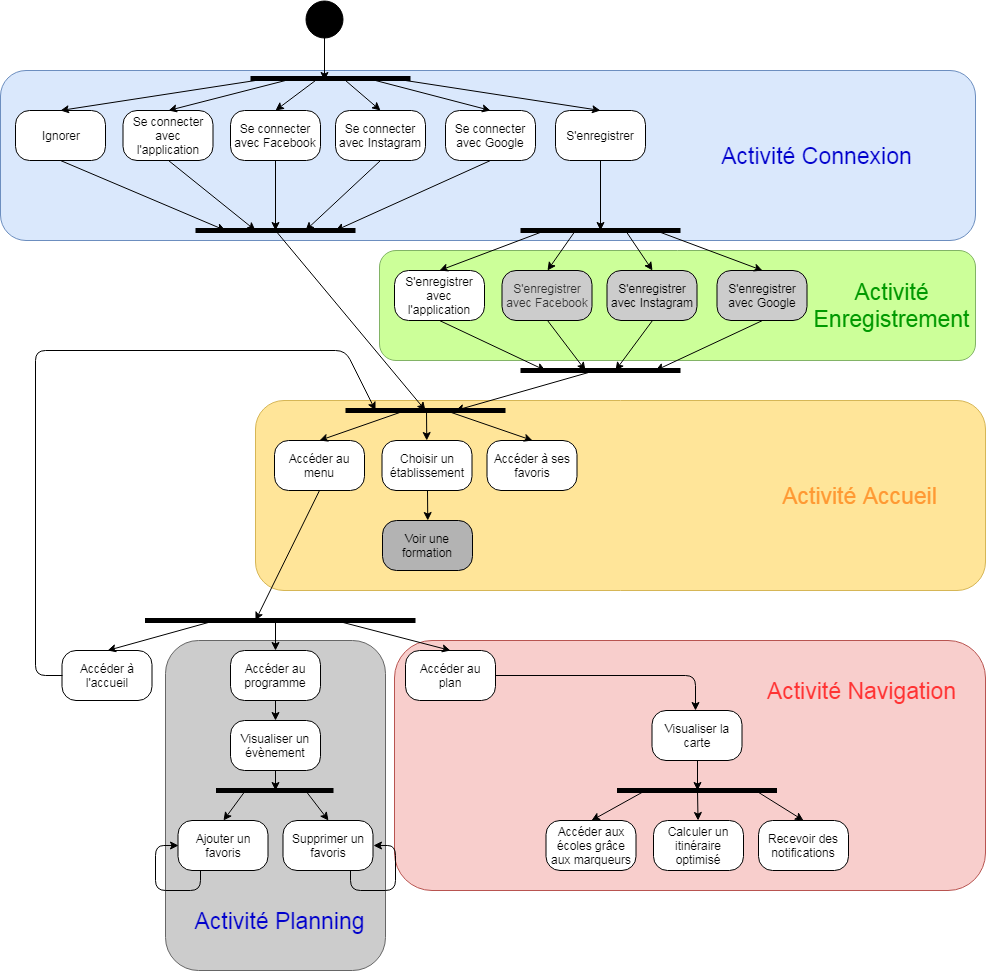
Before: Analyse UML/Diagramme d'activités.png, a diagram exported from draw.io (Bamzuki/Projet_JPO). Source tidied: cells renumbered, new cells last; positions are measured from the earlier drawing's top-left corner, leaving out a move shared by most shapes.
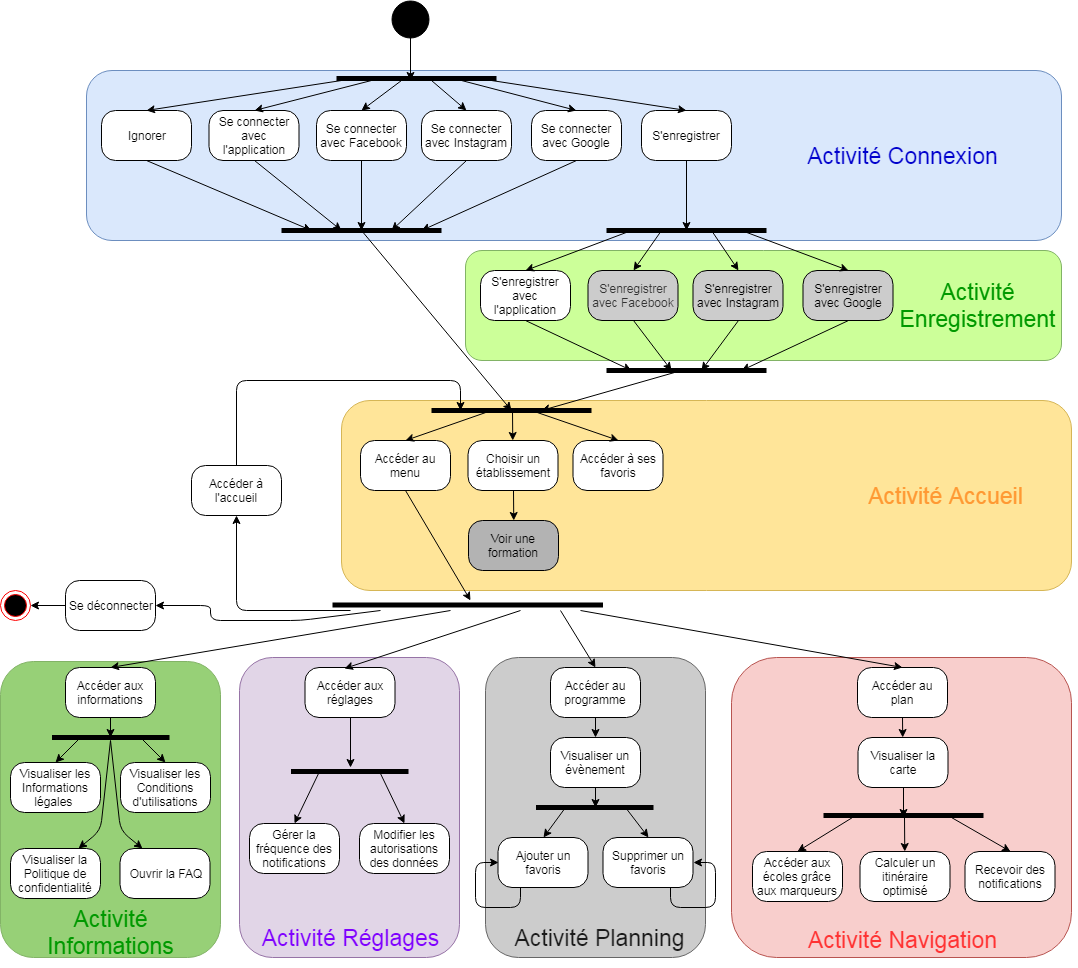
After the commit.

Commit message:
Correction du diagramme d'activités pour répondre aux exigences du COPIL

What changed in the source:
```diff
@@ -3,10 +3,10 @@
     <mxCell id="0" />
     <mxCell id="1" parent="0" />
     <mxCell id="2" style="rounded=1;whiteSpace=wrap;html=1;strokeColor=#b85450;fillColor=#f8cecc;" parent="1" vertex="1">
-      <mxGeometry x="394" y="640" width="591" height="250" as="geometry" />
+      <mxGeometry x="645" y="657" width="340" height="300" as="geometry" />
     </mxCell>
     <mxCell id="3" style="rounded=1;whiteSpace=wrap;html=1;strokeColor=#666666;fillColor=#CCCCCC;" parent="1" vertex="1">
-      <mxGeometry x="165" y="640" width="220" height="330" as="geometry" />
+      <mxGeometry x="399" y="657" width="220" height="300" as="geometry" />
     </mxCell>
     <mxCell id="4" style="rounded=1;whiteSpace=wrap;html=1;fillColor=#FFE599;strokeColor=#d6b656;" parent="1" vertex="1">
       <mxGeometry x="255" y="400" width="730" height="190" as="geometry" />
@@ -241,153 +241,273 @@
     </mxCell>
     <mxCell id="57" style="endArrow=none;html=1;endSize=7;strokeWidth=5;" parent="1" edge="1">
       <mxGeometry relative="1" as="geometry">
-        <mxPoint x="144.5" y="620" as="sourcePoint" />
-        <mxPoint x="415" y="620" as="targetPoint" />
+        <mxPoint x="246" y="604.5" as="sourcePoint" />
+        <mxPoint x="516.5" y="604.5" as="targetPoint" />
       </mxGeometry>
     </mxCell>
     <mxCell id="58" value="Accéder à l'accueil" style="rounded=1;whiteSpace=wrap;html=1;arcSize=28;" parent="1" vertex="1">
-      <mxGeometry x="61.5" y="650" width="90" height="50" as="geometry" />
+      <mxGeometry x="105" y="465" width="90" height="50" as="geometry" />
     </mxCell>
     <mxCell id="59" value="Accéder au programme" style="rounded=1;whiteSpace=wrap;html=1;arcSize=28;" parent="1" vertex="1">
-      <mxGeometry x="230" y="650" width="90" height="50" as="geometry" />
+      <mxGeometry x="464" y="667" width="90" height="50" as="geometry" />
     </mxCell>
     <mxCell id="60" value="Accéder au plan" style="rounded=1;whiteSpace=wrap;html=1;arcSize=28;" parent="1" vertex="1">
-      <mxGeometry x="405" y="650" width="90" height="50" as="geometry" />
+      <mxGeometry x="771" y="667" width="90" height="50" as="geometry" />
     </mxCell>
     <mxCell id="61" style="endArrow=classic;html=1;strokeWidth=1;exitX=0.5;exitY=1;exitDx=0;exitDy=0;" parent="1" edge="1" source="48">
       <mxGeometry relative="1" as="geometry">
-        <mxPoint x="255" y="620" as="targetPoint" />
+        <mxPoint x="384" y="600" as="targetPoint" />
       </mxGeometry>
     </mxCell>
-    <mxCell id="62" style="endArrow=classic;html=1;strokeWidth=1;entryX=0.5;entryY=0;entryDx=0;entryDy=0;" parent="1" edge="1" target="58">
-      <mxGeometry relative="1" as="geometry">
-        <mxPoint x="215" y="620" as="sourcePoint" />
-      </mxGeometry>
-    </mxCell>
     <mxCell id="63" style="endArrow=classic;html=1;strokeWidth=1;entryX=0.5;entryY=0;entryDx=0;entryDy=0;" parent="1" edge="1" target="60">
       <mxGeometry relative="1" as="geometry">
-        <mxPoint x="335" y="620" as="sourcePoint" />
+        <mxPoint x="494" y="610" as="sourcePoint" />
       </mxGeometry>
     </mxCell>
-    <mxCell id="64" style="endArrow=classic;html=1;strokeWidth=1;exitX=0;exitY=0.5;exitDx=0;exitDy=0;" parent="1" edge="1" source="58">
-      <mxGeometry relative="1" as="geometry">
-        <mxPoint x="375" y="410" as="targetPoint" />
-        <Array as="points">
-          <mxPoint x="35" y="675" />
-          <mxPoint x="35" y="350" />
-          <mxPoint x="345" y="350" />
-        </Array>
-      </mxGeometry>
-    </mxCell>
-    <mxCell id="65" style="endArrow=classic;html=1;strokeWidth=1;" parent="1" edge="1" target="59">
+    <mxCell id="65" style="endArrow=classic;html=1;strokeWidth=1;entryX=0.5;entryY=0;entryDx=0;entryDy=0;" parent="1" edge="1" target="59">
       <mxGeometry relative="1" as="geometry">
-        <mxPoint x="275" y="620" as="sourcePoint" />
+        <mxPoint x="474" y="610" as="sourcePoint" />
       </mxGeometry>
     </mxCell>
     <mxCell id="66" style="endArrow=none;html=1;endSize=7;strokeWidth=5;" parent="1" edge="1">
       <mxGeometry relative="1" as="geometry">
-        <mxPoint x="215.5" y="790" as="sourcePoint" />
-        <mxPoint x="333" y="790" as="targetPoint" />
+        <mxPoint x="449.5" y="807" as="sourcePoint" />
+        <mxPoint x="567" y="807" as="targetPoint" />
       </mxGeometry>
     </mxCell>
     <mxCell id="67" style="endArrow=classic;html=1;strokeWidth=1;exitX=0.5;exitY=1;exitDx=0;exitDy=0;" parent="1" edge="1" source="59">
       <mxGeometry relative="1" as="geometry">
-        <mxPoint x="275" y="720" as="targetPoint" />
+        <mxPoint x="509" y="737" as="targetPoint" />
       </mxGeometry>
     </mxCell>
     <mxCell id="68" value="Ajouter un favoris" style="rounded=1;whiteSpace=wrap;html=1;arcSize=28;" parent="1" vertex="1">
-      <mxGeometry x="177.5" y="820" width="90" height="50" as="geometry" />
+      <mxGeometry x="411.5" y="837" width="90" height="50" as="geometry" />
     </mxCell>
     <mxCell id="69" value="Supprimer un favoris" style="rounded=1;whiteSpace=wrap;html=1;arcSize=28;" parent="1" vertex="1">
-      <mxGeometry x="282.5" y="820" width="90" height="50" as="geometry" />
+      <mxGeometry x="516.5" y="837" width="90" height="50" as="geometry" />
     </mxCell>
     <mxCell id="70" style="endArrow=classic;html=1;strokeWidth=1;entryX=0.5;entryY=0;entryDx=0;entryDy=0;" parent="1" edge="1" target="68">
       <mxGeometry relative="1" as="geometry">
-        <mxPoint x="245" y="790" as="sourcePoint" />
+        <mxPoint x="479" y="807" as="sourcePoint" />
       </mxGeometry>
     </mxCell>
     <mxCell id="71" style="endArrow=classic;html=1;strokeWidth=1;entryX=0.5;entryY=0;entryDx=0;entryDy=0;" parent="1" edge="1" target="69">
       <mxGeometry relative="1" as="geometry">
-        <mxPoint x="305" y="790" as="sourcePoint" />
+        <mxPoint x="539" y="807" as="sourcePoint" />
       </mxGeometry>
     </mxCell>
     <mxCell id="72" style="endArrow=classic;html=1;strokeWidth=1;exitX=0.25;exitY=1;exitDx=0;exitDy=0;entryX=0;entryY=0.5;entryDx=0;entryDy=0;" parent="1" edge="1" source="68" target="68">
       <mxGeometry relative="1" as="geometry">
         <Array as="points">
-          <mxPoint x="200" y="890" />
-          <mxPoint x="155" y="890" />
-          <mxPoint x="155" y="845" />
+          <mxPoint x="434" y="907" />
+          <mxPoint x="389" y="907" />
+          <mxPoint x="389" y="862" />
         </Array>
       </mxGeometry>
     </mxCell>
     <mxCell id="73" style="endArrow=classic;html=1;strokeWidth=1;exitX=0.75;exitY=1;exitDx=0;exitDy=0;entryX=1;entryY=0.5;entryDx=0;entryDy=0;" parent="1" edge="1" source="69" target="69">
       <mxGeometry relative="1" as="geometry">
         <Array as="points">
-          <mxPoint x="350" y="890" />
-          <mxPoint x="395" y="890" />
-          <mxPoint x="395" y="845" />
+          <mxPoint x="584" y="907" />
+          <mxPoint x="629" y="907" />
+          <mxPoint x="629" y="862" />
         </Array>
       </mxGeometry>
     </mxCell>
-    <mxCell id="74" value="&lt;font style=&quot;font-size: 23px&quot; color=&quot;#0000cc&quot;&gt;Activité Planning&lt;/font&gt;" style="text;html=1;strokeColor=none;fillColor=none;align=center;verticalAlign=middle;whiteSpace=wrap;rounded=0;" parent="1" vertex="1">
-      <mxGeometry x="165" y="890" width="229" height="60" as="geometry" />
+    <mxCell id="74" value="&lt;font style=&quot;font-size: 23px&quot; color=&quot;#1a1a1a&quot;&gt;Activité Planning&lt;/font&gt;" style="text;html=1;strokeColor=none;fillColor=none;align=center;verticalAlign=middle;whiteSpace=wrap;rounded=0;" parent="1" vertex="1">
+      <mxGeometry x="399" y="907" width="229" height="60" as="geometry" />
     </mxCell>
-    <mxCell id="75" style="endArrow=classic;html=1;strokeWidth=1;exitX=1;exitY=0.5;exitDx=0;exitDy=0;" parent="1" edge="1" source="60">
-      <mxGeometry relative="1" as="geometry">
-        <mxPoint x="695" y="710" as="targetPoint" />
-        <Array as="points">
-          <mxPoint x="695" y="675" />
-        </Array>
-      </mxGeometry>
-    </mxCell>
     <mxCell id="76" value="Visualiser la carte" style="rounded=1;whiteSpace=wrap;html=1;arcSize=28;" parent="1" vertex="1">
-      <mxGeometry x="651.5" y="710" width="90" height="50" as="geometry" />
+      <mxGeometry x="771.5" y="737" width="90" height="50" as="geometry" />
     </mxCell>
     <mxCell id="77" style="endArrow=none;html=1;endSize=7;strokeWidth=5;" parent="1" edge="1">
       <mxGeometry relative="1" as="geometry">
-        <mxPoint x="616.5" y="790" as="sourcePoint" />
-        <mxPoint x="776.5" y="790" as="targetPoint" />
+        <mxPoint x="737" y="815" as="sourcePoint" />
+        <mxPoint x="897" y="815" as="targetPoint" />
       </mxGeometry>
     </mxCell>
     <mxCell id="78" value="Accéder aux écoles grâce aux marqueurs" style="rounded=1;whiteSpace=wrap;html=1;arcSize=28;" parent="1" vertex="1">
-      <mxGeometry x="545.5" y="820" width="90" height="50" as="geometry" />
+      <mxGeometry x="666" y="851" width="90" height="50" as="geometry" />
     </mxCell>
     <mxCell id="79" value="Calculer un itinéraire optimisé" style="rounded=1;whiteSpace=wrap;html=1;arcSize=28;" parent="1" vertex="1">
-      <mxGeometry x="653" y="820" width="90" height="50" as="geometry" />
+      <mxGeometry x="773.5" y="851" width="90" height="50" as="geometry" />
     </mxCell>
     <mxCell id="80" value="Recevoir des notifications" style="rounded=1;whiteSpace=wrap;html=1;arcSize=28;" parent="1" vertex="1">
-      <mxGeometry x="758" y="820" width="90" height="50" as="geometry" />
+      <mxGeometry x="878.5" y="851" width="90" height="50" as="geometry" />
     </mxCell>
     <mxCell id="81" style="endArrow=classic;html=1;strokeWidth=1;exitX=0.5;exitY=1;exitDx=0;exitDy=0;" parent="1" edge="1" source="76">
       <mxGeometry relative="1" as="geometry">
-        <mxPoint x="697" y="790" as="targetPoint" />
+        <mxPoint x="817" y="817" as="targetPoint" />
       </mxGeometry>
     </mxCell>
     <mxCell id="82" style="endArrow=classic;html=1;strokeWidth=1;entryX=0.5;entryY=0;entryDx=0;entryDy=0;" parent="1" edge="1" target="78">
       <mxGeometry relative="1" as="geometry">
-        <mxPoint x="645" y="790" as="sourcePoint" />
+        <mxPoint x="766" y="817" as="sourcePoint" />
       </mxGeometry>
     </mxCell>
     <mxCell id="83" style="endArrow=classic;html=1;strokeWidth=1;" parent="1" edge="1" target="79">
       <mxGeometry relative="1" as="geometry">
-        <mxPoint x="697" y="790" as="sourcePoint" />
+        <mxPoint x="818" y="817" as="sourcePoint" />
       </mxGeometry>
     </mxCell>
     <mxCell id="84" style="endArrow=classic;html=1;strokeWidth=1;entryX=0.5;entryY=0;entryDx=0;entryDy=0;" parent="1" edge="1" target="80">
       <mxGeometry relative="1" as="geometry">
-        <mxPoint x="755" y="790" as="sourcePoint" />
+        <mxPoint x="865" y="817" as="sourcePoint" />
       </mxGeometry>
     </mxCell>
     <mxCell id="85" value="&lt;font style=&quot;font-size: 23px&quot; color=&quot;#ff3333&quot;&gt;Activité Navigation&lt;/font&gt;" style="text;html=1;strokeColor=none;fillColor=none;align=center;verticalAlign=middle;whiteSpace=wrap;rounded=0;" parent="1" vertex="1">
-      <mxGeometry x="746" y="660" width="229" height="60" as="geometry" />
+      <mxGeometry x="700.5" y="917" width="229" height="45" as="geometry" />
     </mxCell>
     <mxCell id="86" style="endArrow=classic;html=1;strokeWidth=1;exitX=0.5;exitY=1;exitDx=0;exitDy=0;" parent="1" edge="1" source="87">
       <mxGeometry relative="1" as="geometry">
-        <mxPoint x="275" y="790" as="targetPoint" />
+        <mxPoint x="509" y="807" as="targetPoint" />
       </mxGeometry>
     </mxCell>
     <mxCell id="87" value="Visualiser un évènement" style="rounded=1;whiteSpace=wrap;html=1;arcSize=28;" parent="1" vertex="1">
-      <mxGeometry x="230" y="720" width="90" height="50" as="geometry" />
+      <mxGeometry x="464" y="737" width="90" height="50" as="geometry" />
     </mxCell>
+    <mxCell id="88" style="rounded=1;whiteSpace=wrap;html=1;fillColor=#e1d5e7;strokeColor=#9673a6;" parent="1" vertex="1">
+      <mxGeometry x="153" y="657" width="220" height="300" as="geometry" />
+    </mxCell>
+    <mxCell id="89" value="&lt;font style=&quot;font-size: 23px&quot; color=&quot;#7f00ff&quot;&gt;Activité Réglages&lt;/font&gt;" style="text;html=1;strokeColor=none;fillColor=none;align=center;verticalAlign=middle;whiteSpace=wrap;rounded=0;" parent="1" vertex="1">
+      <mxGeometry x="148.5" y="907" width="229" height="60" as="geometry" />
+    </mxCell>
+    <mxCell id="90" value="Accéder aux réglages" style="rounded=1;whiteSpace=wrap;html=1;arcSize=28;" parent="1" vertex="1">
+      <mxGeometry x="218.5" y="667" width="90" height="50" as="geometry" />
+    </mxCell>
+    <mxCell id="91" style="endArrow=none;html=1;endSize=7;strokeWidth=5;" parent="1" edge="1">
+      <mxGeometry relative="1" as="geometry">
+        <mxPoint x="204.5" y="771" as="sourcePoint" />
+        <mxPoint x="322" y="771" as="targetPoint" />
+      </mxGeometry>
+    </mxCell>
+    <mxCell id="92" value="Gérer la fréquence des notifications" style="rounded=1;whiteSpace=wrap;html=1;arcSize=28;" parent="1" vertex="1">
+      <mxGeometry x="163" y="823" width="90" height="50" as="geometry" />
+    </mxCell>
+    <mxCell id="93" value="Modifier les autorisations des données" style="rounded=1;whiteSpace=wrap;html=1;arcSize=28;" parent="1" vertex="1">
+      <mxGeometry x="273" y="823" width="90" height="50" as="geometry" />
+    </mxCell>
+    <mxCell id="94" style="endArrow=classic;html=1;exitX=0.5;exitY=1;exitDx=0;exitDy=0;" parent="1" edge="1" source="90">
+      <mxGeometry relative="1" as="geometry">
+        <mxPoint x="264" y="767" as="targetPoint" />
+      </mxGeometry>
+    </mxCell>
+    <mxCell id="95" style="endArrow=classic;html=1;entryX=0.5;entryY=0;entryDx=0;entryDy=0;" parent="1" edge="1" target="92">
+      <mxGeometry relative="1" as="geometry">
+        <mxPoint x="233" y="771" as="sourcePoint" />
+      </mxGeometry>
+    </mxCell>
+    <mxCell id="96" style="endArrow=classic;html=1;entryX=0.5;entryY=0;entryDx=0;entryDy=0;" parent="1" edge="1" target="93">
+      <mxGeometry relative="1" as="geometry">
+        <mxPoint x="293" y="771" as="sourcePoint" />
+      </mxGeometry>
+    </mxCell>
+    <mxCell id="97" style="endArrow=classic;html=1;exitX=0.5;exitY=1;exitDx=0;exitDy=0;" parent="1" edge="1" source="60" target="76">
+      <mxGeometry relative="1" as="geometry" />
+    </mxCell>
+    <mxCell id="98" style="rounded=1;whiteSpace=wrap;html=1;fillColor=#97D077;strokeColor=#82b366;" parent="1" vertex="1">
+      <mxGeometry x="-86" y="661" width="220" height="296" as="geometry" />
+    </mxCell>
+    <mxCell id="99" value="Accéder aux informations&lt;br&gt;" style="rounded=1;whiteSpace=wrap;html=1;arcSize=28;" parent="1" vertex="1">
+      <mxGeometry x="-21" y="667" width="90" height="50" as="geometry" />
+    </mxCell>
+    <mxCell id="100" style="endArrow=none;html=1;endSize=7;strokeWidth=5;" parent="1" edge="1">
+      <mxGeometry relative="1" as="geometry">
+        <mxPoint x="-34.5" y="737" as="sourcePoint" />
+        <mxPoint x="83" y="737" as="targetPoint" />
+      </mxGeometry>
+    </mxCell>
+    <mxCell id="101" value="Visualiser les Informations légales&amp;nbsp;" style="rounded=1;whiteSpace=wrap;html=1;arcSize=28;" parent="1" vertex="1">
+      <mxGeometry x="-76" y="762" width="90" height="50" as="geometry" />
+    </mxCell>
+    <mxCell id="102" value="Visualiser les Conditions d'utilisations" style="rounded=1;whiteSpace=wrap;html=1;arcSize=28;" parent="1" vertex="1">
+      <mxGeometry x="34" y="762" width="90" height="50" as="geometry" />
+    </mxCell>
+    <mxCell id="103" style="endArrow=classic;html=1;entryX=0.5;entryY=0;entryDx=0;entryDy=0;" parent="1" edge="1" target="101">
+      <mxGeometry relative="1" as="geometry">
+        <mxPoint x="-6" y="737" as="sourcePoint" />
+      </mxGeometry>
+    </mxCell>
+    <mxCell id="104" style="endArrow=classic;html=1;entryX=0.5;entryY=0;entryDx=0;entryDy=0;" parent="1" edge="1" target="102">
+      <mxGeometry relative="1" as="geometry">
+        <mxPoint x="54" y="737" as="sourcePoint" />
+      </mxGeometry>
+    </mxCell>
+    <mxCell id="105" value="Visualiser la Politique de confidentialité" style="rounded=1;whiteSpace=wrap;html=1;arcSize=28;" parent="1" vertex="1">
+      <mxGeometry x="-76" y="848" width="90" height="50" as="geometry" />
+    </mxCell>
+    <mxCell id="106" value="&lt;font style=&quot;font-size: 23px&quot; color=&quot;#009900&quot;&gt;Activité Informations&lt;/font&gt;" style="text;html=1;strokeColor=none;fillColor=none;align=center;verticalAlign=middle;whiteSpace=wrap;rounded=0;" parent="1" vertex="1">
+      <mxGeometry x="-75" y="902" width="199" height="60" as="geometry" />
+    </mxCell>
+    <mxCell id="107" style="endArrow=classic;html=1;entryX=0.75;entryY=0;entryDx=0;entryDy=0;" parent="1" edge="1" target="105">
+      <mxGeometry relative="1" as="geometry">
+        <mxPoint x="24" y="740" as="sourcePoint" />
+        <Array as="points">
+          <mxPoint x="14" y="830" />
+        </Array>
+      </mxGeometry>
+    </mxCell>
+    <mxCell id="108" style="endArrow=classic;html=1;exitX=0.5;exitY=1;exitDx=0;exitDy=0;" parent="1" edge="1" source="99">
+      <mxGeometry relative="1" as="geometry">
+        <mxPoint x="24" y="737" as="targetPoint" />
+      </mxGeometry>
+    </mxCell>
+    <mxCell id="109" style="endArrow=classic;html=1;entryX=0.439;entryY=0.02;entryDx=0;entryDy=0;entryPerimeter=0;" parent="1" edge="1" target="90">
+      <mxGeometry relative="1" as="geometry">
+        <mxPoint x="434" y="610" as="sourcePoint" />
+      </mxGeometry>
+    </mxCell>
+    <mxCell id="110" style="endArrow=classic;html=1;entryX=0.5;entryY=0;entryDx=0;entryDy=0;" parent="1" edge="1" target="99">
+      <mxGeometry relative="1" as="geometry">
+        <mxPoint x="364" y="610" as="sourcePoint" />
+      </mxGeometry>
+    </mxCell>
+    <mxCell id="111" style="endArrow=classic;html=1;entryX=0.5;entryY=1;entryDx=0;entryDy=0;" parent="1" edge="1" target="58">
+      <mxGeometry relative="1" as="geometry">
+        <mxPoint x="264" y="610" as="sourcePoint" />
+        <Array as="points">
+          <mxPoint x="150" y="610" />
+        </Array>
+      </mxGeometry>
+    </mxCell>
+    <mxCell id="112" style="ellipse;html=1;shape=endState;fillColor=#000000;strokeColor=#ff0000;" parent="1" vertex="1">
+      <mxGeometry x="-86" y="590" width="30" height="30" as="geometry" />
+    </mxCell>
+    <mxCell id="113" value="Se déconnecter" style="rounded=1;whiteSpace=wrap;html=1;arcSize=28;" parent="1" vertex="1">
+      <mxGeometry x="-21" y="580" width="90" height="50" as="geometry" />
+    </mxCell>
+    <mxCell id="114" style="endArrow=classic;html=1;entryX=1;entryY=0.5;entryDx=0;entryDy=0;" parent="1" edge="1" target="113">
+      <mxGeometry relative="1" as="geometry">
+        <mxPoint x="294" y="610" as="sourcePoint" />
+        <Array as="points">
+          <mxPoint x="214" y="620" />
+          <mxPoint x="124" y="620" />
+          <mxPoint x="124" y="605" />
+        </Array>
+      </mxGeometry>
+    </mxCell>
+    <mxCell id="115" style="endArrow=classic;html=1;exitX=0;exitY=0.5;exitDx=0;exitDy=0;entryX=1;entryY=0.5;entryDx=0;entryDy=0;" parent="1" edge="1" source="113" target="112">
+      <mxGeometry relative="1" as="geometry" />
+    </mxCell>
+    <mxCell id="116" style="endArrow=classic;html=1;exitX=0.5;exitY=0;exitDx=0;exitDy=0;" parent="1" edge="1" source="58">
+      <mxGeometry relative="1" as="geometry">
+        <mxPoint x="374" y="410" as="targetPoint" />
+        <Array as="points">
+          <mxPoint x="150" y="380" />
+          <mxPoint x="374" y="380" />
+        </Array>
+      </mxGeometry>
+    </mxCell>
+    <mxCell id="117" value="Ouvrir la FAQ" style="rounded=1;whiteSpace=wrap;html=1;arcSize=28;" parent="1" vertex="1">
+      <mxGeometry x="33.5" y="848" width="90" height="50" as="geometry" />
+    </mxCell>
+    <mxCell id="118" style="endArrow=classic;html=1;entryX=0.25;entryY=0;entryDx=0;entryDy=0;" parent="1" edge="1" target="117">
+      <mxGeometry relative="1" as="geometry">
+        <mxPoint x="24" y="740" as="sourcePoint" />
+        <Array as="points">
+          <mxPoint x="34" y="830" />
+        </Array>
+      </mxGeometry>
+    </mxCell>
   </root>
 </mxGraphModel>
```
